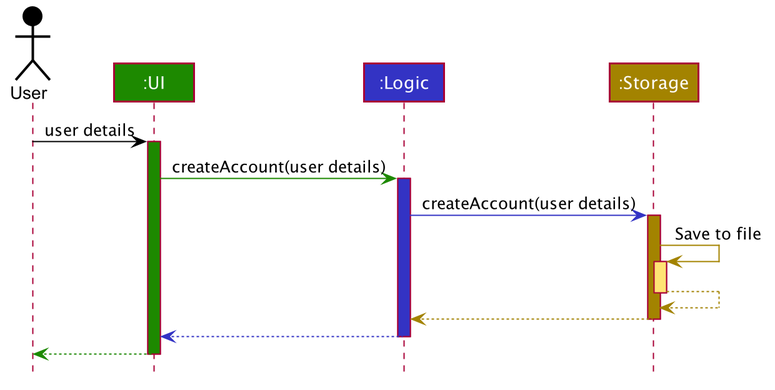
Above: docs/images/CreateAccountSequenceDiagram.png in wang-jun-hao/tp (PlantUML), before the change.
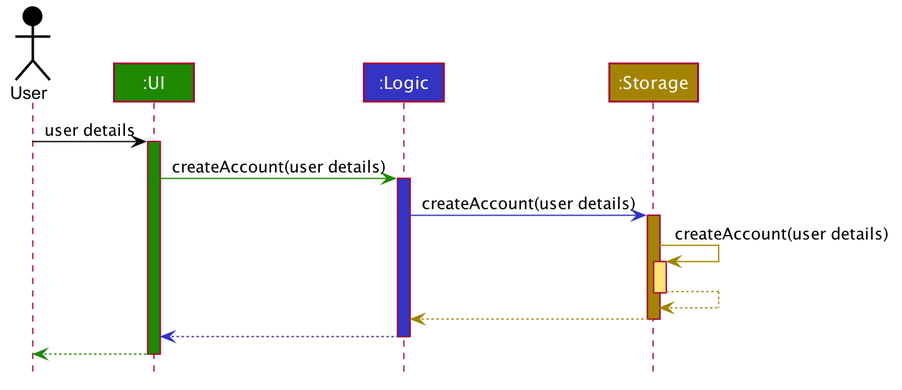
Above is the later version.

Commit message:
Update login diagrams in DG Add AccessCommand sequence diagram for DG

What changed in the source:
```diff
@@ -62,7 +62,7 @@
 logic -[#3333C4]> storage : createAccount(user details)
 activate storage #A38300
 
-storage -[#A38300]> storage : Save to file
+storage -[#A38300]> storage : createAccount(user details)
 activate storage #FFE374
 storage --[#A38300]> storage
 deactivate storage
```
